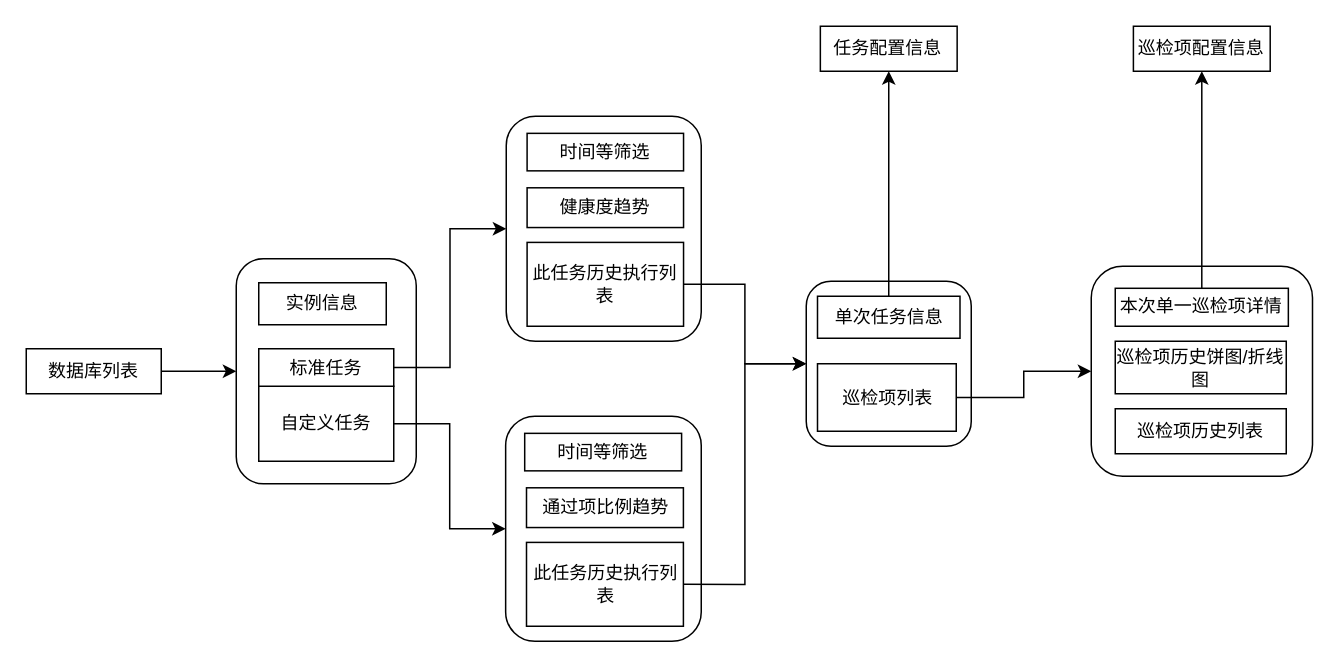
Earlier version of the draw.io diagram page_structure.drawio (Lee-7723/Git). Source tidied: cells renumbered, new cells numbered last; positions are measured from the earlier drawing's top-left corner, leaving out a move shared by most shapes. Both pictures are drawn from the tidied source at 150%, with x=0, y=0 at pixel (26, 26).
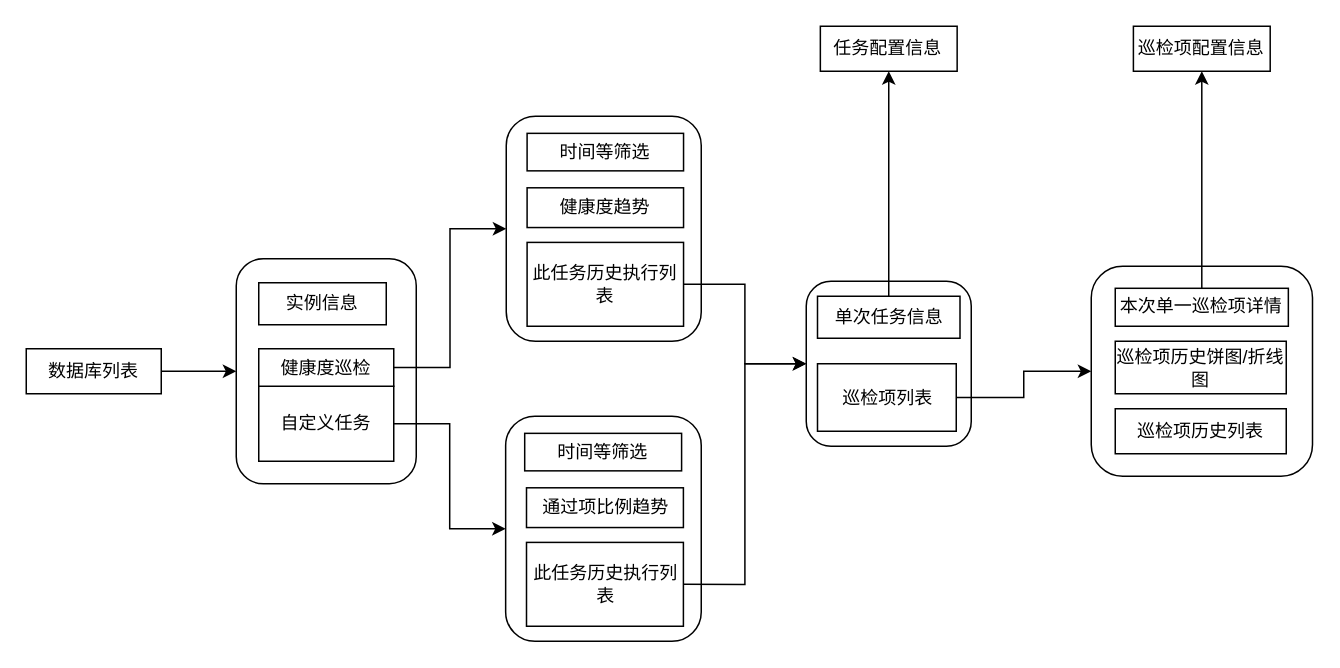
Above is the later version.

Diff of the diagram source:
```diff
@@
-    <mxCell id="25" value="标准任务" style="rounded=0;whiteSpace=wrap;html=1;" parent="1" vertex="1">
+    <mxCell id="25" value="健康度巡检" style="rounded=0;whiteSpace=wrap;html=1;" parent="1" vertex="1">
       <mxGeometry x="155" y="215" width="90" height="25" as="geometry" />
     </mxCell>
```
